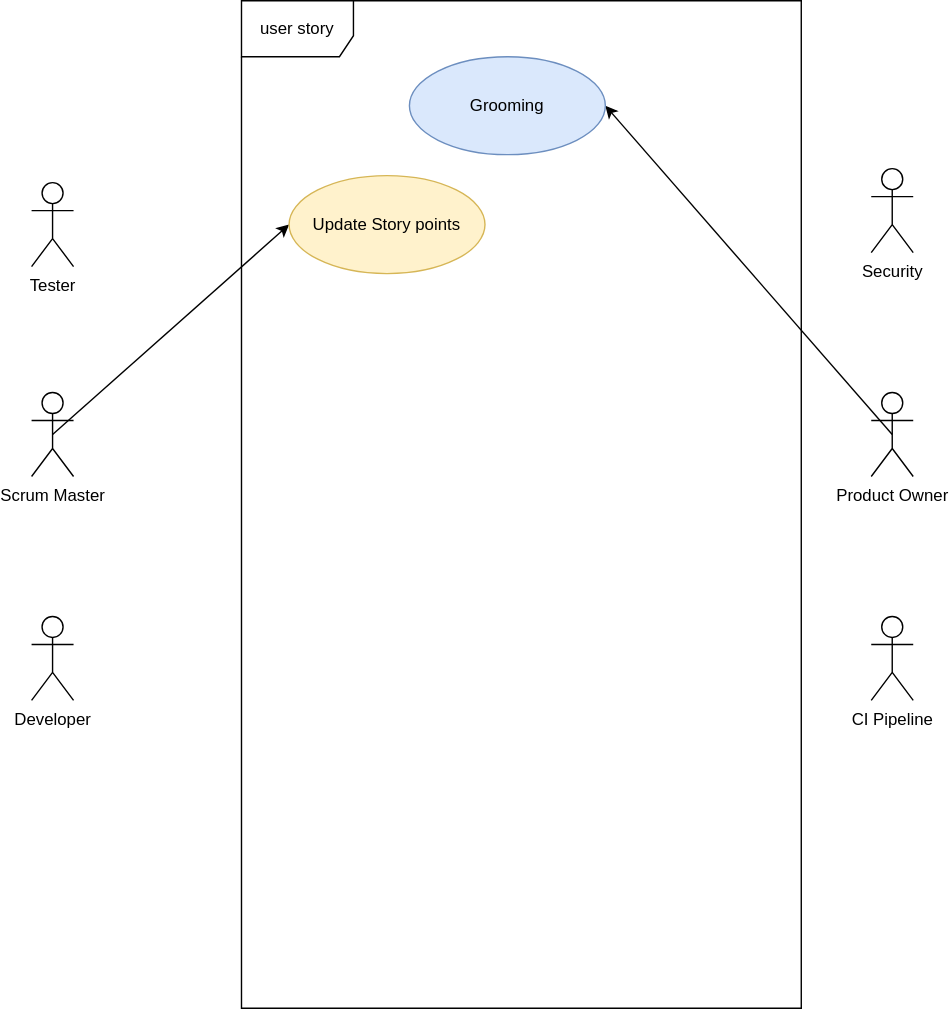
Before: lmnas-process/user-story-usecase.drawio.svg, a diagram exported from draw.io (lmnaslimited/iyakkam). Source tidied: cells renumbered, new cells last; positions are measured from the earlier drawing's top-left corner, leaving out a move shared by most shapes.
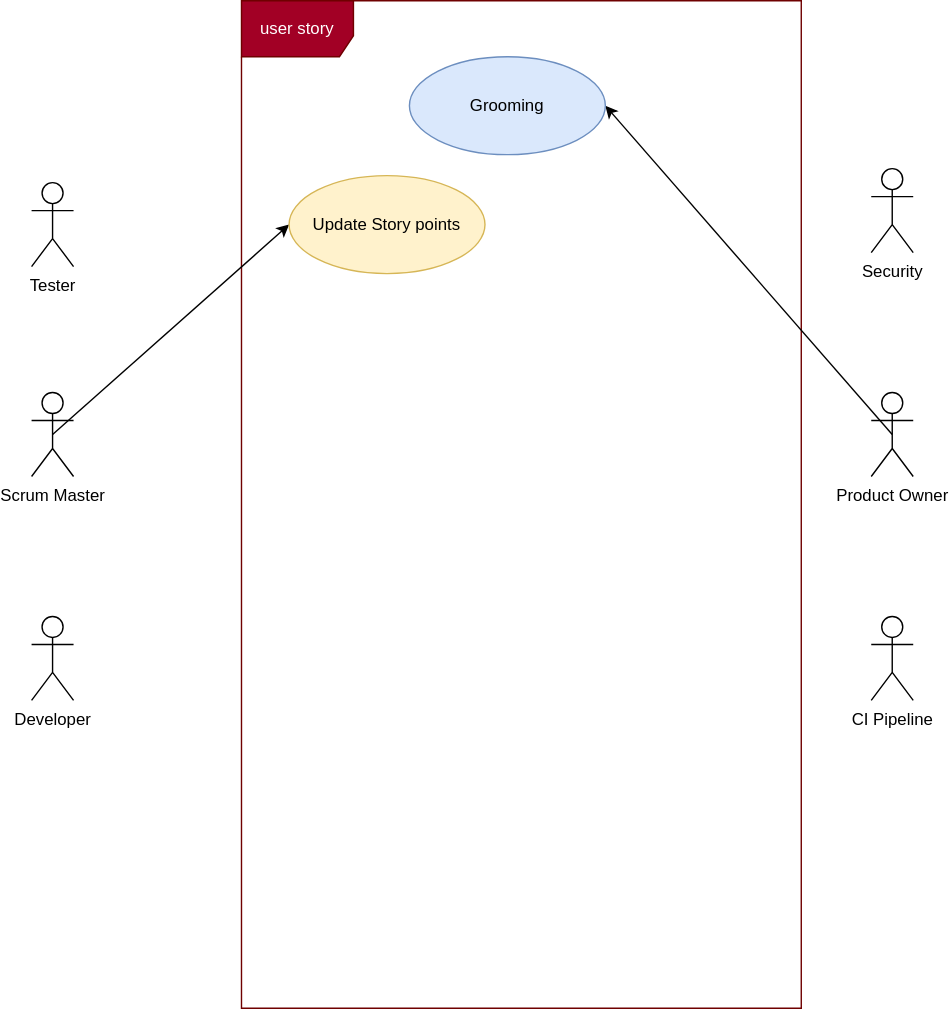
The same diagram one commit later.

Change to the diagram source:
```diff
@@ -2,7 +2,7 @@
   <root>
     <mxCell id="0" />
     <mxCell id="1" parent="0" />
-    <mxCell id="2" value="user story" style="shape=umlFrame;whiteSpace=wrap;html=1;width=80;height=40;" parent="1" vertex="1">
+    <mxCell id="2" value="user story" style="shape=umlFrame;whiteSpace=wrap;html=1;width=80;height=40;fillColor=#a20025;fontColor=#ffffff;strokeColor=#6F0000;" parent="1" vertex="1">
       <mxGeometry x="150" width="400" height="720" as="geometry" />
     </mxCell>
     <mxCell id="3" style="edgeStyle=none;rounded=0;jettySize=auto;html=1;exitX=0.5;exitY=0.5;exitDx=0;exitDy=0;exitPerimeter=0;entryX=0;entryY=0.5;entryDx=0;entryDy=0;" parent="1" edge="1" source="4" target="12">
```
